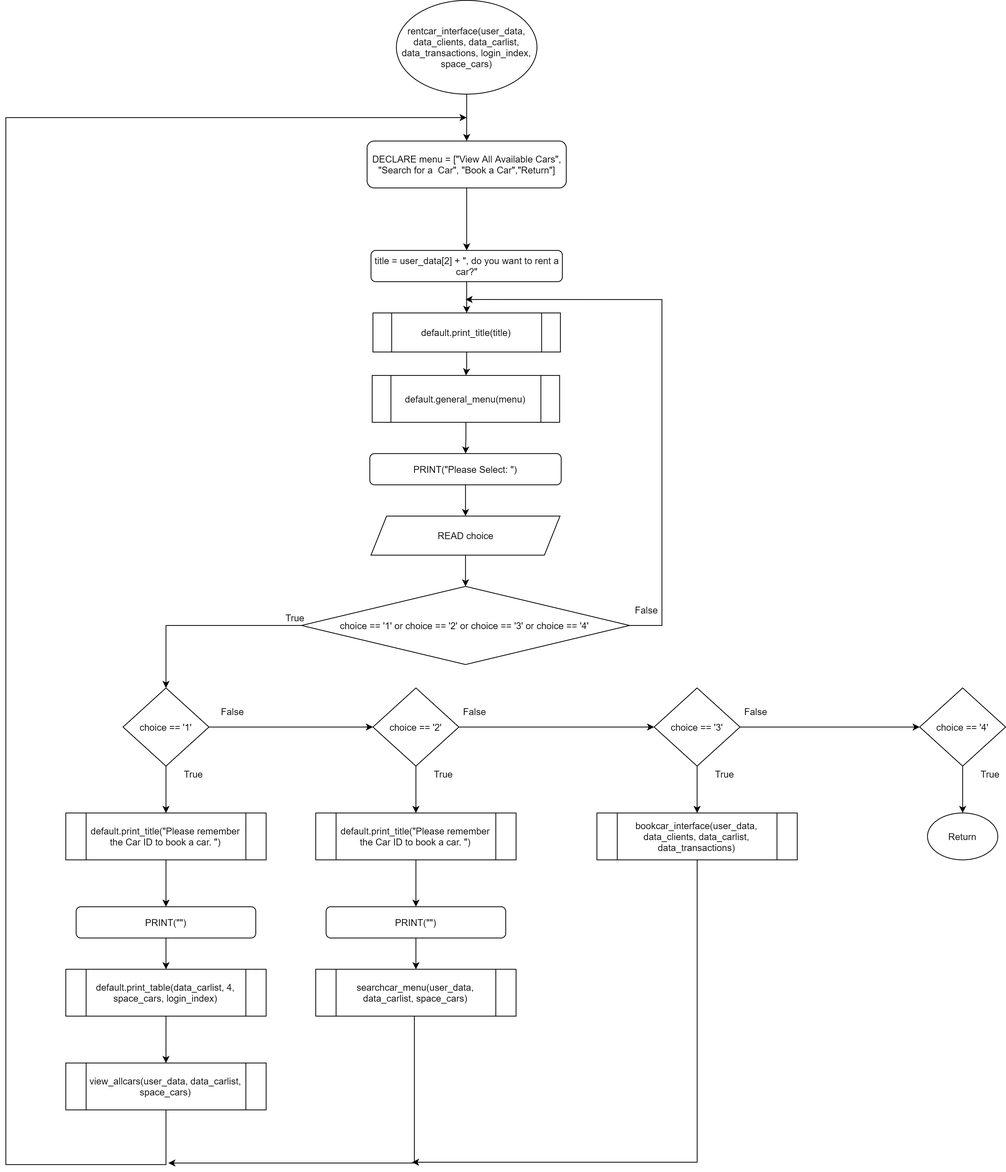
Above: Flowchart/clients/rentcar_interface.png in RabbitBear00/Car-Rental-System (draw.io), before the change. Source tidied: cells renumbered, new cells last; positions are measured from the earlier drawing's top-left corner, leaving out a move shared by most shapes.
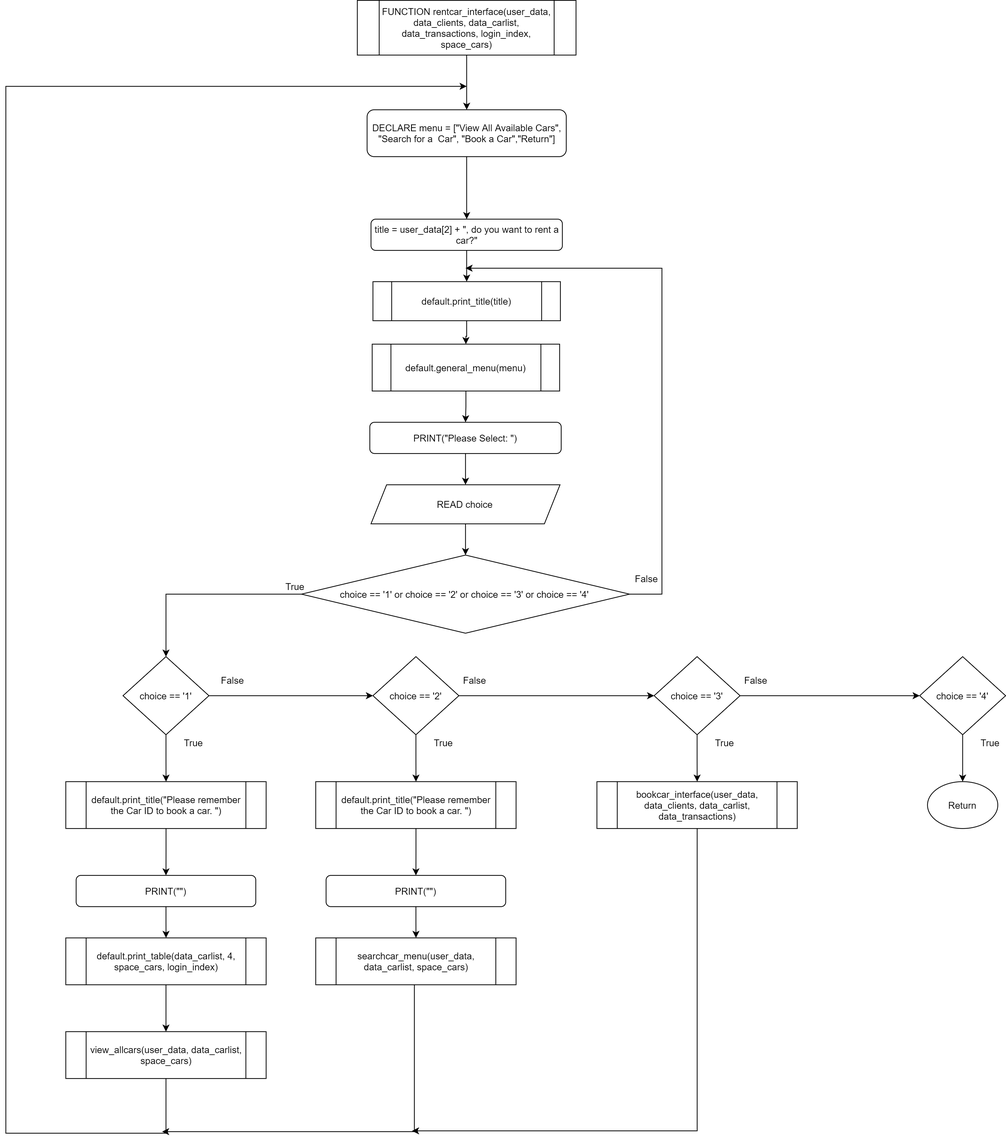
The same diagram one commit later.

Diff of the diagram source:
```diff
@@ -2,12 +2,6 @@
   <root>
     <mxCell id="0" />
     <mxCell id="1" parent="0" />
-    <mxCell id="2" style="edgeStyle=orthogonalEdgeStyle;rounded=0;jettySize=auto;html=1;" parent="1" edge="1" source="3" target="5">
-      <mxGeometry relative="1" as="geometry" />
-    </mxCell>
-    <mxCell id="3" value="rentcar_interface(user_data, data_clients, data_carlist, data_transactions, login_index, space_cars)" style="ellipse;whiteSpace=wrap;html=1;" parent="1" vertex="1">
-      <mxGeometry x="500" width="180" height="120" as="geometry" />
-    </mxCell>
     <mxCell id="4" style="edgeStyle=orthogonalEdgeStyle;rounded=0;jettySize=auto;html=1;" parent="1" edge="1" source="5" target="7">
       <mxGeometry relative="1" as="geometry" />
     </mxCell>
@@ -168,7 +162,7 @@
     <mxCell id="52" style="edgeStyle=orthogonalEdgeStyle;rounded=0;orthogonalLoop=1;jettySize=auto;html=1;endArrow=classic;endFill=1;" parent="1" edge="1">
       <mxGeometry relative="1" as="geometry">
         <mxPoint x="523" y="1298" as="sourcePoint" />
-        <mxPoint x="208" y="1488" as="targetPoint" />
+        <mxPoint x="200" y="1488" as="targetPoint" />
         <Array as="points">
           <mxPoint x="523" y="1488" />
         </Array>
@@ -189,5 +183,11 @@
     <mxCell id="55" value="bookcar_interface(user_data, data_clients, data_carlist, data_transactions)" style="shape=process;whiteSpace=wrap;html=1;backgroundOutline=1;" parent="1" vertex="1">
       <mxGeometry x="756.8" y="1040" width="256.5" height="60" as="geometry" />
     </mxCell>
+    <mxCell id="56" style="edgeStyle=orthogonalEdgeStyle;rounded=0;jettySize=auto;html=1;endArrow=classic;endFill=1;" parent="1" edge="1" source="57" target="5">
+      <mxGeometry relative="1" as="geometry" />
+    </mxCell>
+    <mxCell id="57" value="FUNCTION rentcar_interface(user_data, data_clients, data_carlist, data_transactions, login_index, space_cars)" style="shape=process;whiteSpace=wrap;html=1;backgroundOutline=1;" parent="1" vertex="1">
+      <mxGeometry x="450" y="40" width="280" height="70" as="geometry" />
+    </mxCell>
   </root>
 </mxGraphModel>
```
